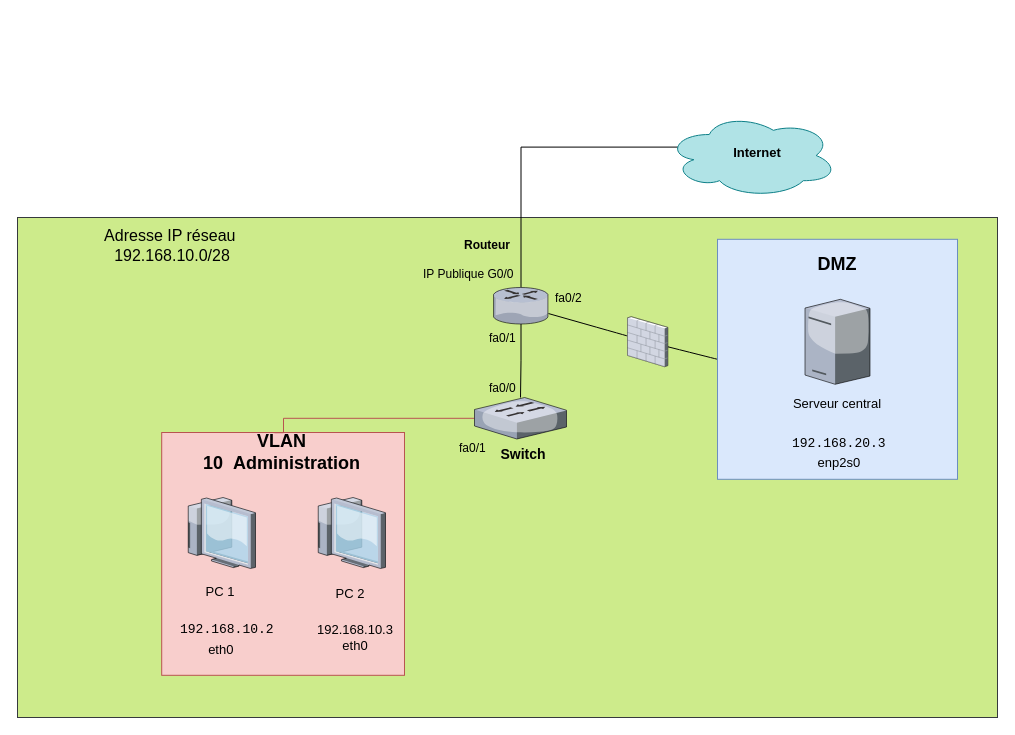
leeeooooooooo/Projet_Visualisation keeps this draw.io diagram as Schema_reseau.drawio. Above is the earlier version. Source tidied: cells renumbered, new cells numbered last; positions are measured from the earlier drawing's top-left corner, leaving out a move shared by most shapes. Both pictures are drawn from the tidied source at 100%, with x=0, y=0 at pixel (17, 113).
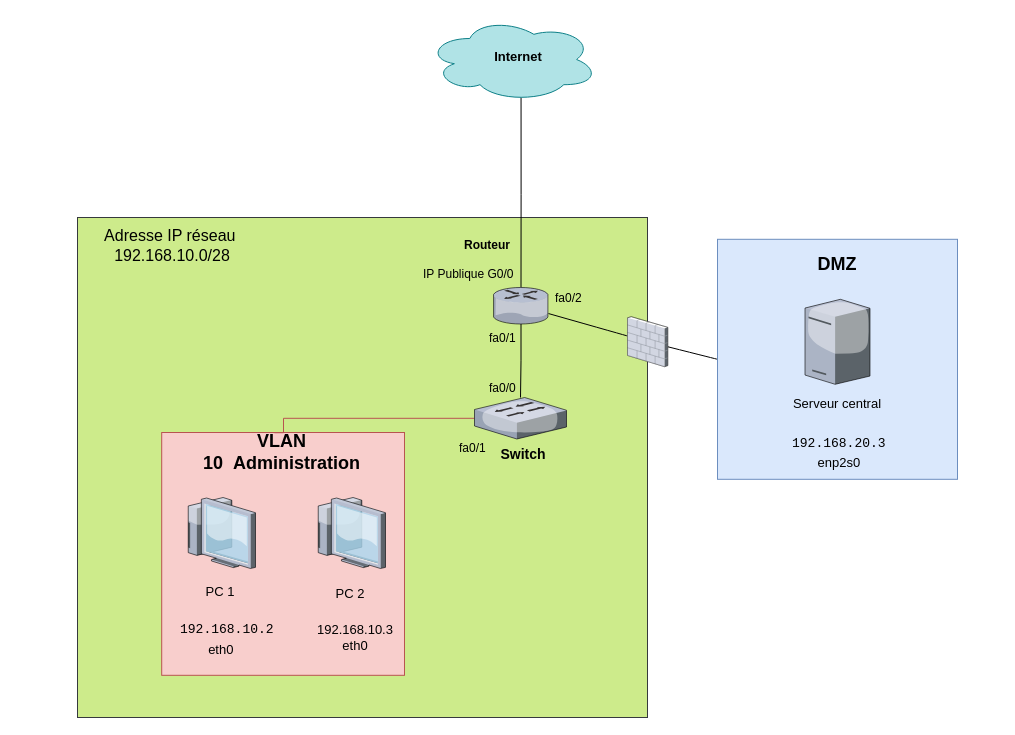
Above is the later version.

Commit message:
Mettre à jour Schema_reseau.drawio

Unchanged cells that the change refers to:
```xml
<mxCell id="8" style="verticalLabelPosition=bottom;sketch=0;html=1;verticalAlign=top;strokeColor=none;align=center;outlineConnect=0;shape=mxgraph.citrix.router;" parent="1" vertex="1">
  <mxGeometry x="476" y="174" width="55" height="36.5" as="geometry" />
</mxCell>
```

The edit, as a diff of the source:
```diff
@@
     <mxCell id="2" style="rounded=0;whiteSpace=wrap;html=1;shadow=0;strokeColor=#36393d;fillColor=#cdeb8b;" parent="1" vertex="1">
-      <mxGeometry y="104" width="980" height="500" as="geometry" />
+      <mxGeometry x="60" y="104" width="570" height="500" as="geometry" />
     </mxCell>
@@
-    <mxCell id="4" style="edgeStyle=orthogonalEdgeStyle;rounded=0;jettySize=auto;html=1;exitX=0.07;exitY=0.4;exitDx=0;exitDy=0;exitPerimeter=0;endArrow=none;startFill=0;" parent="1" edge="1" source="5" target="8">
+    <mxCell id="4" style="edgeStyle=orthogonalEdgeStyle;rounded=0;jettySize=auto;html=1;exitX=0.55;exitY=0.95;exitDx=0;exitDy=0;exitPerimeter=0;endArrow=none;startFill=0;" parent="1" edge="1" source="5" target="8">
       <mxGeometry relative="1" as="geometry" />
     </mxCell>
     <mxCell id="5" style="ellipse;shape=cloud;whiteSpace=wrap;html=1;fillColor=#b0e3e6;strokeColor=#0e8088;" parent="1" vertex="1">
-      <mxGeometry x="649" width="171" height="84" as="geometry" />
+      <mxGeometry x="409.5" y="-96" width="171" height="84" as="geometry" />
     </mxCell>
@@
     <mxCell id="11" value="&lt;font&gt;Internet&lt;/font&gt;" style="text;html=1;align=center;verticalAlign=middle;whiteSpace=wrap;rounded=0;fontSize=13;fontStyle=1;" parent="1" vertex="1">
-      <mxGeometry x="710" y="24" width="60" height="30" as="geometry" />
+      <mxGeometry x="470.5" y="-72" width="60" height="30" as="geometry" />
     </mxCell>
```
